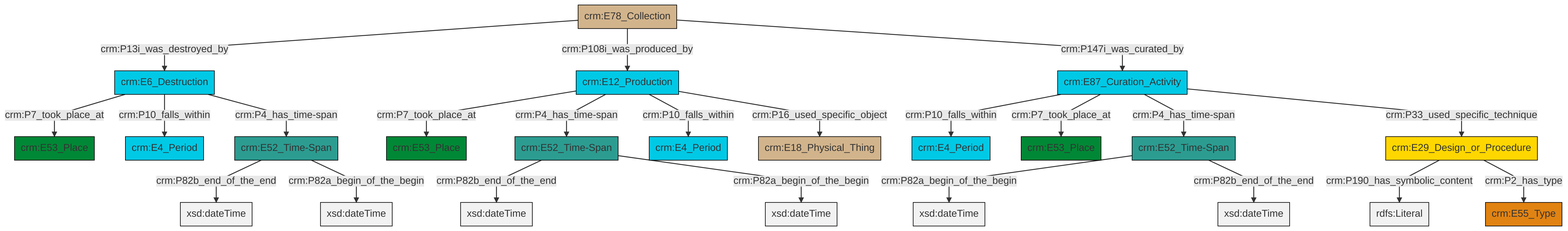
Before: et/archivalCSV/ttl/mmd/png/archival_existence.png, a diagram exported from Mermaid (swiss-art-research-net/docs.swissartresearch). Its source is kept beside it as et/archivalCSV/ttl/mmd/archival_existence.ttl.mmd. Its diagram source:
```mermaid
graph TD
classDef Literal fill:#f2f2f2,stroke:#000000;
classDef CRM_Entity fill:#FFFFFF,stroke:#000000;
classDef Temporal_Entity fill:#00C9E6, stroke:#000000;
classDef Type fill:#E18312, stroke:#000000;
classDef Time-Span fill:#2C9C91, stroke:#000000;
classDef Appellation fill:#FFEB7F, stroke:#000000;
classDef Place fill:#008836, stroke:#000000;
classDef Persistent_Item fill:#B266B2, stroke:#000000;
classDef Conceptual_Object fill:#FFD700, stroke:#000000;
classDef Physical_Thing fill:#D2B48C, stroke:#000000;
classDef Actor fill:#f58aad, stroke:#000000;
classDef PC_Classes fill:#4ce600, stroke:#000000;
classDef Multi fill:#cccccc,stroke:#000000;

2["crm:E87_Curation_Activity"]:::Temporal_Entity -->|crm:P10_falls_within| 3["crm:E4_Period"]:::Temporal_Entity
6["crm:E78_Collection"]:::Physical_Thing -->|crm:P13i_was_destroyed_by| 7["crm:E6_Destruction"]:::Temporal_Entity
2["crm:E87_Curation_Activity"]:::Temporal_Entity -->|crm:P7_took_place_at| 4["crm:E53_Place"]:::Place
14["crm:E12_Production"]:::Temporal_Entity -->|crm:P7_took_place_at| 15["crm:E53_Place"]:::Place
10["crm:E52_Time-Span"]:::Time-Span -->|crm:P82b_end_of_the_end| 17[xsd:dateTime]:::Literal
6["crm:E78_Collection"]:::Physical_Thing -->|crm:P108i_was_produced_by| 14["crm:E12_Production"]:::Temporal_Entity
21["crm:E52_Time-Span"]:::Time-Span -->|crm:P82b_end_of_the_end| 22[xsd:dateTime]:::Literal
7["crm:E6_Destruction"]:::Temporal_Entity -->|crm:P7_took_place_at| 23["crm:E53_Place"]:::Place
25["crm:E52_Time-Span"]:::Time-Span -->|crm:P82a_begin_of_the_begin| 26[xsd:dateTime]:::Literal
7["crm:E6_Destruction"]:::Temporal_Entity -->|crm:P10_falls_within| 27["crm:E4_Period"]:::Temporal_Entity
14["crm:E12_Production"]:::Temporal_Entity -->|crm:P4_has_time-span| 10["crm:E52_Time-Span"]:::Time-Span
10["crm:E52_Time-Span"]:::Time-Span -->|crm:P82a_begin_of_the_begin| 31[xsd:dateTime]:::Literal
2["crm:E87_Curation_Activity"]:::Temporal_Entity -->|crm:P4_has_time-span| 25["crm:E52_Time-Span"]:::Time-Span
7["crm:E6_Destruction"]:::Temporal_Entity -->|crm:P4_has_time-span| 21["crm:E52_Time-Span"]:::Time-Span
25["crm:E52_Time-Span"]:::Time-Span -->|crm:P82b_end_of_the_end| 36[xsd:dateTime]:::Literal
14["crm:E12_Production"]:::Temporal_Entity -->|crm:P10_falls_within| 19["crm:E4_Period"]:::Temporal_Entity
6["crm:E78_Collection"]:::Physical_Thing -->|crm:P147i_was_curated_by| 2["crm:E87_Curation_Activity"]:::Temporal_Entity
14["crm:E12_Production"]:::Temporal_Entity -->|crm:P16_used_specific_object| 8["crm:E18_Physical_Thing"]:::Physical_Thing
2["crm:E87_Curation_Activity"]:::Temporal_Entity -->|crm:P33_used_specific_technique| 0["crm:E29_Design_or_Procedure"]:::Conceptual_Object
0["crm:E29_Design_or_Procedure"]:::Conceptual_Object -->|crm:P190_has_symbolic_content| 37[rdfs:Literal]:::Literal
0["crm:E29_Design_or_Procedure"]:::Conceptual_Object -->|crm:P2_has_type| 12["crm:E55_Type"]:::Type
21["crm:E52_Time-Span"]:::Time-Span -->|crm:P82a_begin_of_the_begin| 38[xsd:dateTime]:::Literal
```
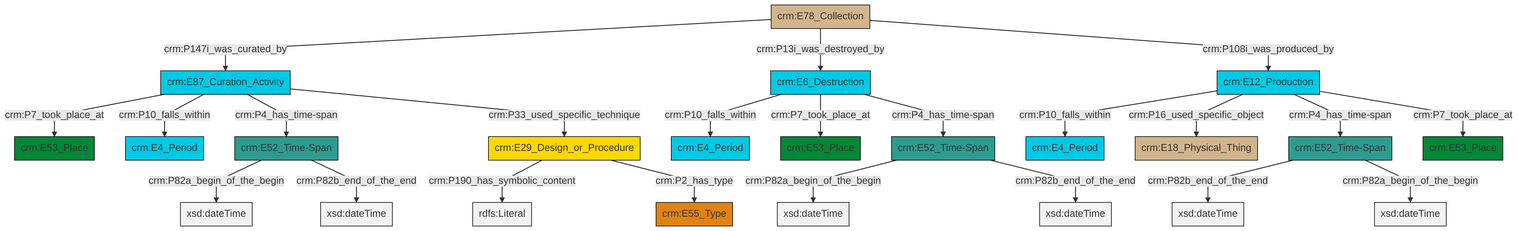
After the change.

Diff of the diagram source:
```diff
@@ -13,25 +13,25 @@
 classDef PC_Classes fill:#4ce600, stroke:#000000;
 classDef Multi fill:#cccccc,stroke:#000000;
 
-2["crm:E87_Curation_Activity"]:::Temporal_Entity -->|crm:P10_falls_within| 3["crm:E4_Period"]:::Temporal_Entity
-6["crm:E78_Collection"]:::Physical_Thing -->|crm:P13i_was_destroyed_by| 7["crm:E6_Destruction"]:::Temporal_Entity
-2["crm:E87_Curation_Activity"]:::Temporal_Entity -->|crm:P7_took_place_at| 4["crm:E53_Place"]:::Place
-14["crm:E12_Production"]:::Temporal_Entity -->|crm:P7_took_place_at| 15["crm:E53_Place"]:::Place
-10["crm:E52_Time-Span"]:::Time-Span -->|crm:P82b_end_of_the_end| 17[xsd:dateTime]:::Literal
-6["crm:E78_Collection"]:::Physical_Thing -->|crm:P108i_was_produced_by| 14["crm:E12_Production"]:::Temporal_Entity
-21["crm:E52_Time-Span"]:::Time-Span -->|crm:P82b_end_of_the_end| 22[xsd:dateTime]:::Literal
-7["crm:E6_Destruction"]:::Temporal_Entity -->|crm:P7_took_place_at| 23["crm:E53_Place"]:::Place
-25["crm:E52_Time-Span"]:::Time-Span -->|crm:P82a_begin_of_the_begin| 26[xsd:dateTime]:::Literal
-7["crm:E6_Destruction"]:::Temporal_Entity -->|crm:P10_falls_within| 27["crm:E4_Period"]:::Temporal_Entity
-14["crm:E12_Production"]:::Temporal_Entity -->|crm:P4_has_time-span| 10["crm:E52_Time-Span"]:::Time-Span
-10["crm:E52_Time-Span"]:::Time-Span -->|crm:P82a_begin_of_the_begin| 31[xsd:dateTime]:::Literal
-2["crm:E87_Curation_Activity"]:::Temporal_Entity -->|crm:P4_has_time-span| 25["crm:E52_Time-Span"]:::Time-Span
-7["crm:E6_Destruction"]:::Temporal_Entity -->|crm:P4_has_time-span| 21["crm:E52_Time-Span"]:::Time-Span
-25["crm:E52_Time-Span"]:::Time-Span -->|crm:P82b_end_of_the_end| 36[xsd:dateTime]:::Literal
-14["crm:E12_Production"]:::Temporal_Entity -->|crm:P10_falls_within| 19["crm:E4_Period"]:::Temporal_Entity
-6["crm:E78_Collection"]:::Physical_Thing -->|crm:P147i_was_curated_by| 2["crm:E87_Curation_Activity"]:::Temporal_Entity
-14["crm:E12_Production"]:::Temporal_Entity -->|crm:P16_used_specific_object| 8["crm:E18_Physical_Thing"]:::Physical_Thing
-2["crm:E87_Curation_Activity"]:::Temporal_Entity -->|crm:P33_used_specific_technique| 0["crm:E29_Design_or_Procedure"]:::Conceptual_Object
-0["crm:E29_Design_or_Procedure"]:::Conceptual_Object -->|crm:P190_has_symbolic_content| 37[rdfs:Literal]:::Literal
-0["crm:E29_Design_or_Procedure"]:::Conceptual_Object -->|crm:P2_has_type| 12["crm:E55_Type"]:::Type
-21["crm:E52_Time-Span"]:::Time-Span -->|crm:P82a_begin_of_the_begin| 38[xsd:dateTime]:::Literal
+0["crm:E6_Destruction"]:::Temporal_Entity -->|crm:P10_falls_within| 1["crm:E4_Period"]:::Temporal_Entity
+2["crm:E29_Design_or_Procedure"]:::Conceptual_Object -->|crm:P190_has_symbolic_content| 3[rdfs:Literal]:::Literal
+4["crm:E12_Production"]:::Temporal_Entity -->|crm:P10_falls_within| 5["crm:E4_Period"]:::Temporal_Entity
+6["crm:E78_Collection"]:::Physical_Thing -->|crm:P147i_was_curated_by| 7["crm:E87_Curation_Activity"]:::Temporal_Entity
+11["crm:E52_Time-Span"]:::Time-Span -->|crm:P82a_begin_of_the_begin| 12[xsd:dateTime]:::Literal
+0["crm:E6_Destruction"]:::Temporal_Entity -->|crm:P7_took_place_at| 9["crm:E53_Place"]:::Place
+0["crm:E6_Destruction"]:::Temporal_Entity -->|crm:P4_has_time-span| 13["crm:E52_Time-Span"]:::Time-Span
+11["crm:E52_Time-Span"]:::Time-Span -->|crm:P82b_end_of_the_end| 19[xsd:dateTime]:::Literal
+4["crm:E12_Production"]:::Temporal_Entity -->|crm:P16_used_specific_object| 17["crm:E18_Physical_Thing"]:::Physical_Thing
+4["crm:E12_Production"]:::Temporal_Entity -->|crm:P4_has_time-span| 21["crm:E52_Time-Span"]:::Time-Span
+4["crm:E12_Production"]:::Temporal_Entity -->|crm:P7_took_place_at| 22["crm:E53_Place"]:::Place
+7["crm:E87_Curation_Activity"]:::Temporal_Entity -->|crm:P7_took_place_at| 24["crm:E53_Place"]:::Place
+7["crm:E87_Curation_Activity"]:::Temporal_Entity -->|crm:P10_falls_within| 25["crm:E4_Period"]:::Temporal_Entity
+13["crm:E52_Time-Span"]:::Time-Span -->|crm:P82a_begin_of_the_begin| 27[xsd:dateTime]:::Literal
+7["crm:E87_Curation_Activity"]:::Temporal_Entity -->|crm:P4_has_time-span| 11["crm:E52_Time-Span"]:::Time-Span
+21["crm:E52_Time-Span"]:::Time-Span -->|crm:P82b_end_of_the_end| 29[xsd:dateTime]:::Literal
+7["crm:E87_Curation_Activity"]:::Temporal_Entity -->|crm:P33_used_specific_technique| 2["crm:E29_Design_or_Procedure"]:::Conceptual_Object
+13["crm:E52_Time-Span"]:::Time-Span -->|crm:P82b_end_of_the_end| 31[xsd:dateTime]:::Literal
+6["crm:E78_Collection"]:::Physical_Thing -->|crm:P13i_was_destroyed_by| 0["crm:E6_Destruction"]:::Temporal_Entity
+6["crm:E78_Collection"]:::Physical_Thing -->|crm:P108i_was_produced_by| 4["crm:E12_Production"]:::Temporal_Entity
+21["crm:E52_Time-Span"]:::Time-Span -->|crm:P82a_begin_of_the_begin| 37[xsd:dateTime]:::Literal
+2["crm:E29_Design_or_Procedure"]:::Conceptual_Object -->|crm:P2_has_type| 33["crm:E55_Type"]:::Type
```
